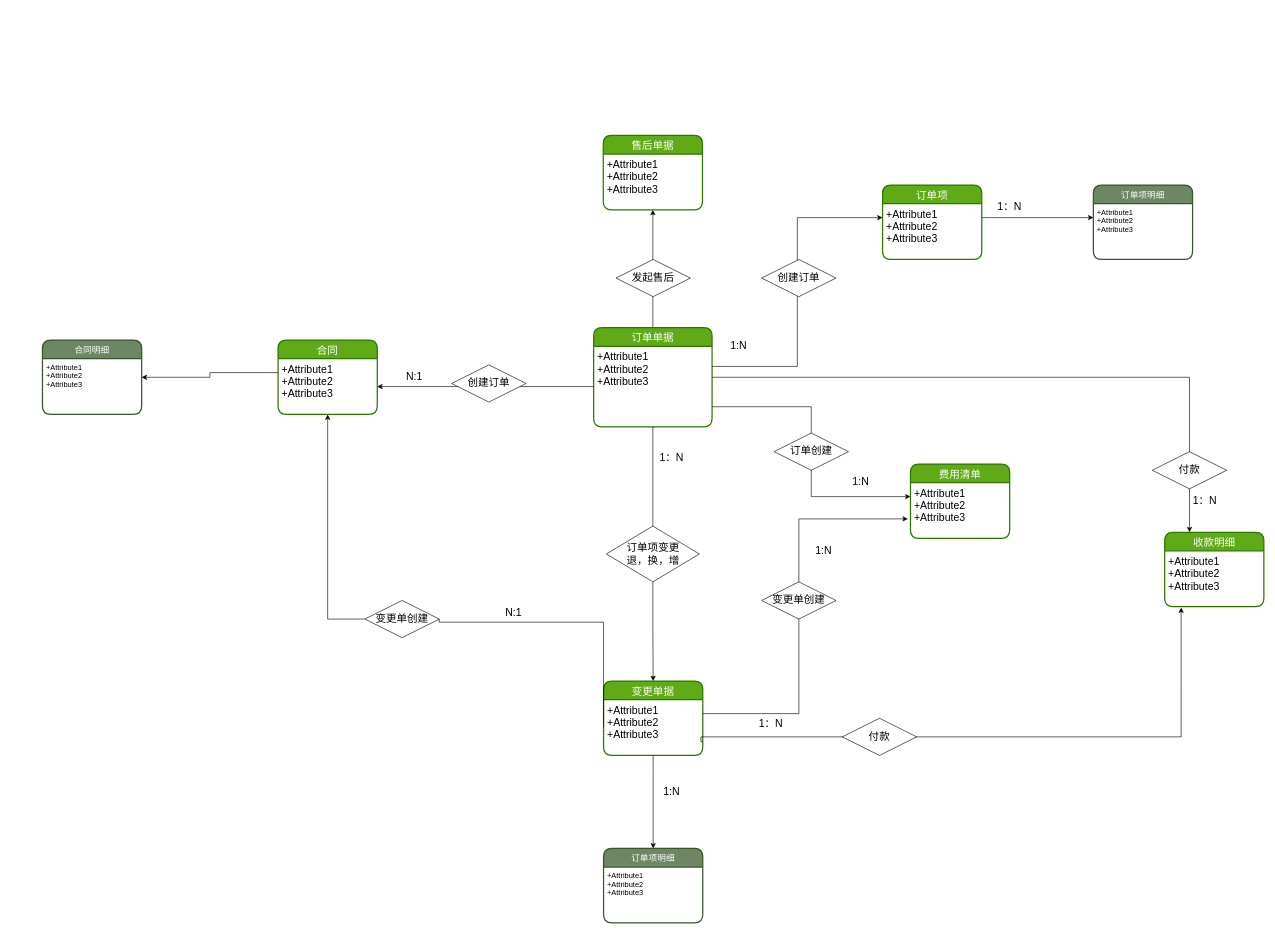
Earlier version of the draw.io diagram 平台2.0/艾佳2.0订单领域实体设计.drawio (Msimplehub/abbysun). Source tidied: cells renumbered, new cells numbered last; positions are measured from the earlier drawing's top-left corner, leaving out a move shared by most shapes. Both pictures are drawn from the tidied source at 62%, with x=0, y=0 at pixel (42, 135).
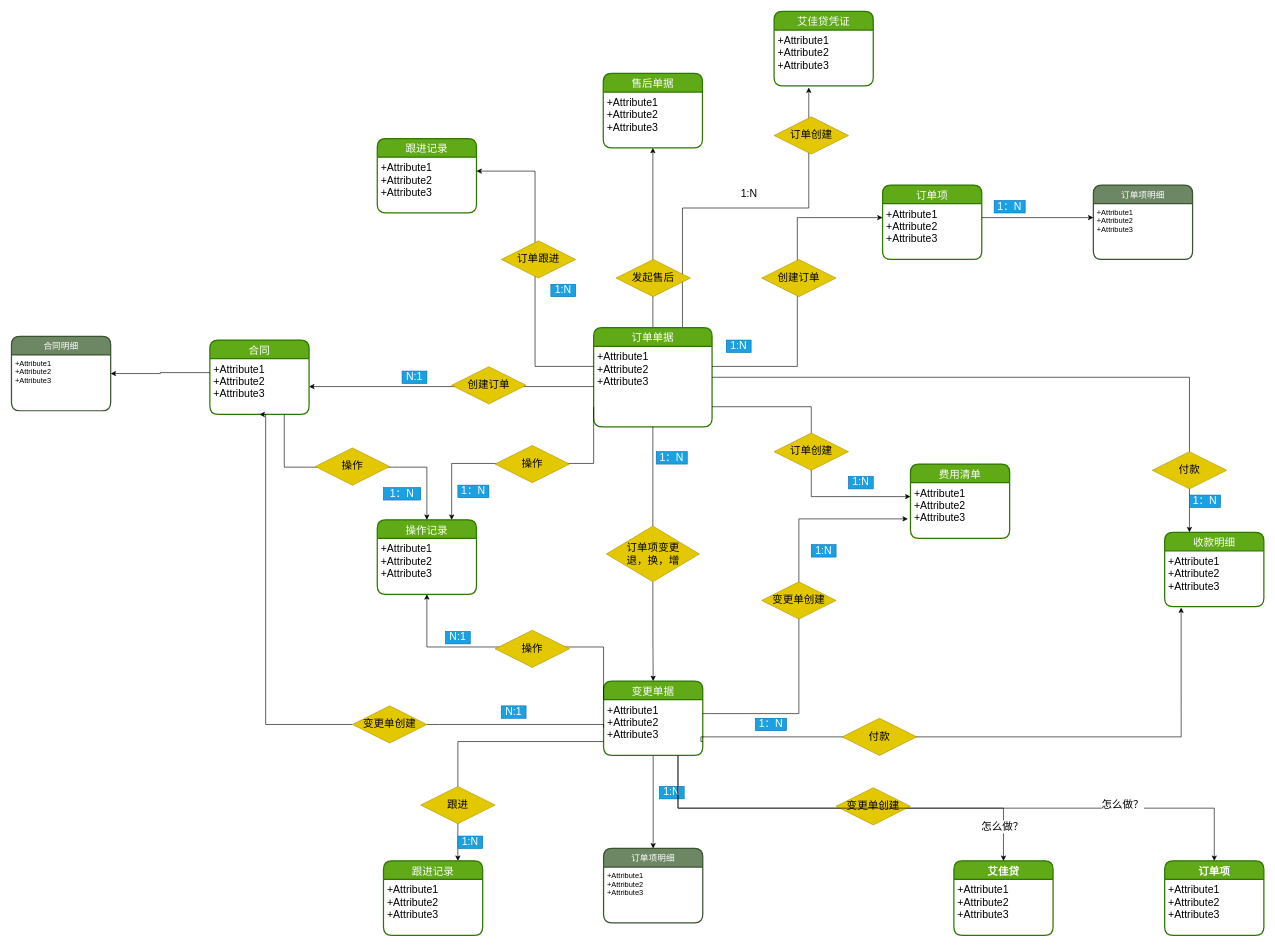
The same page after the edit.

Commit message (it also covers changes not shown here):
更新艾佳2.0订单领域实体设计.drawio

The change refers to these unchanged cells:
```xml
<mxCell id="3" value="订单单据" style="swimlane;horizontal=1;startSize=30;rounded=1;fontSize=17;fontStyle=0;strokeWidth=2;shadow=0;dashed=0;align=center;fillColor=#60a917;strokeColor=#2D7600;fontColor=#ffffff;" parent="1" vertex="1">
  <mxGeometry x="889" y="310" width="191" height="160" as="geometry" />
</mxCell>
<mxCell id="4" value="+Attribute1&#10;+Attribute2&#10;+Attribute3" style="align=left;strokeColor=none;fillColor=none;spacingLeft=4;fontSize=17;verticalAlign=top;" parent="3" vertex="1">
  <mxGeometry y="30" width="191" height="130" as="geometry" />
</mxCell>
<mxCell id="8" value="+Attribute1&#10;+Attribute2&#10;+Attribute3" style="align=left;strokeColor=none;fillColor=none;spacingLeft=4;fontSize=17;verticalAlign=top;" parent="7" vertex="1">
  <mxGeometry y="30" width="160" height="90" as="geometry" />
</mxCell>
<mxCell id="10" value="+Attribute1&#10;+Attribute2&#10;+Attribute3" style="align=left;strokeColor=none;fillColor=none;spacingLeft=4;fontSize=17;verticalAlign=top;" parent="9" vertex="1">
  <mxGeometry y="30" width="160" height="90" as="geometry" />
</mxCell>
```

The edit, as a diff of the source:
```diff
@@
+    <mxCell id="55" style="edgeStyle=elbowEdgeStyle;rounded=0;jettySize=auto;elbow=vertical;html=1;exitX=0.75;exitY=0;exitDx=0;exitDy=0;entryX=0.35;entryY=1.029;entryDx=0;entryDy=0;entryPerimeter=0;fontSize=17;" parent="1" edge="1" source="3" target="76">
+      <mxGeometry relative="1" as="geometry">
+        <Array as="points">
+          <mxPoint x="1130" y="117" />
+        </Array>
+      </mxGeometry>
+    </mxCell>
@@
     <mxCell id="7" value="合同" style="swimlane;horizontal=1;startSize=30;rounded=1;fontSize=17;fontStyle=0;strokeWidth=2;shadow=0;dashed=0;align=center;fillColor=#60a917;strokeColor=#2D7600;fontColor=#ffffff;" parent="1" vertex="1">
-      <mxGeometry x="380" y="330" width="160" height="120" as="geometry" />
+      <mxGeometry x="270" y="330" width="160" height="120" as="geometry" />
     </mxCell>
@@
-    <mxCell id="12" value="1:N" style="text;html=1;strokeColor=none;fillColor=none;align=center;verticalAlign=middle;whiteSpace=wrap;rounded=0;fontSize=17;" parent="1" vertex="1">
+    <mxCell id="12" value="1:N" style="text;html=1;strokeColor=#006EAF;fillColor=#1ba1e2;align=center;verticalAlign=middle;whiteSpace=wrap;rounded=0;fontSize=17;fontColor=#ffffff;" parent="1" vertex="1">
       <mxGeometry x="1103" y="330" width="40" height="20" as="geometry" />
     </mxCell>
@@
-    <mxCell id="14" value="1：N" style="text;html=1;strokeColor=none;fillColor=none;align=center;verticalAlign=middle;whiteSpace=wrap;rounded=0;fontSize=17;" parent="1" vertex="1">
+    <mxCell id="14" value="1：N" style="text;html=1;strokeColor=#006EAF;fillColor=#1ba1e2;align=center;verticalAlign=middle;whiteSpace=wrap;rounded=0;fontSize=17;fontColor=#ffffff;" parent="1" vertex="1">
       <mxGeometry x="990" y="510" width="50" height="20" as="geometry" />
     </mxCell>
@@
     <mxCell id="16" value="售后单据" style="swimlane;horizontal=1;startSize=30;rounded=1;fontSize=17;fontStyle=0;strokeWidth=2;shadow=0;dashed=0;align=center;fillColor=#60a917;strokeColor=#2D7600;fontColor=#ffffff;" parent="1" vertex="1">
-      <mxGeometry x="904.5" width="160" height="120" as="geometry" />
+      <mxGeometry x="904.5" y="-100" width="160" height="120" as="geometry" />
     </mxCell>
@@
-    <mxCell id="18" value="发起售后" style="shape=rhombus;perimeter=rhombusPerimeter;whiteSpace=wrap;html=1;align=center;fontSize=17;" parent="1" vertex="1">
+    <mxCell id="18" value="发起售后" style="shape=rhombus;perimeter=rhombusPerimeter;whiteSpace=wrap;html=1;align=center;fontSize=17;fillColor=#e3c800;strokeColor=#B09500;fontColor=#000000;" parent="1" vertex="1">
       <mxGeometry x="925" y="200" width="120" height="60" as="geometry" />
     </mxCell>
-    <mxCell id="19" value="创建订单" style="shape=rhombus;perimeter=rhombusPerimeter;whiteSpace=wrap;html=1;align=center;fontSize=17;" parent="1" vertex="1">
+    <mxCell id="19" value="创建订单" style="shape=rhombus;perimeter=rhombusPerimeter;whiteSpace=wrap;html=1;align=center;fontSize=17;fillColor=#e3c800;strokeColor=#B09500;fontColor=#000000;" parent="1" vertex="1">
       <mxGeometry x="1160" y="200" width="120" height="60" as="geometry" />
     </mxCell>
-    <mxCell id="20" value="订单项变更&lt;br&gt;退，换，增" style="shape=rhombus;perimeter=rhombusPerimeter;whiteSpace=wrap;html=1;align=center;fontSize=17;" parent="1" vertex="1">
+    <mxCell id="20" value="订单项变更&lt;br&gt;退，换，增" style="shape=rhombus;perimeter=rhombusPerimeter;whiteSpace=wrap;html=1;align=center;fontSize=17;fillColor=#e3c800;strokeColor=#B09500;fontColor=#000000;" parent="1" vertex="1">
       <mxGeometry x="909.5" y="630" width="150" height="90" as="geometry" />
     </mxCell>
@@
-    <mxCell id="22" value="创建订单" style="shape=rhombus;perimeter=rhombusPerimeter;whiteSpace=wrap;html=1;align=center;fontSize=17;" parent="1" vertex="1">
-      <mxGeometry x="660" y="370" width="120" height="60" as="geometry" />
+    <mxCell id="22" value="创建订单" style="shape=rhombus;perimeter=rhombusPerimeter;whiteSpace=wrap;html=1;align=center;fontSize=17;fillColor=#e3c800;strokeColor=#B09500;fontColor=#000000;" parent="1" vertex="1">
+      <mxGeometry x="660" y="373" width="120" height="60" as="geometry" />
     </mxCell>
     <mxCell id="23" style="edgeStyle=orthogonalEdgeStyle;rounded=0;jettySize=auto;html=1;exitX=0;exitY=0.5;exitDx=0;exitDy=0;entryX=0.5;entryY=1;entryDx=0;entryDy=0;fontSize=17;startArrow=none;" parent="1" edge="1" source="24" target="8">
-      <mxGeometry relative="1" as="geometry" />
+      <mxGeometry relative="1" as="geometry">
+        <Array as="points">
+          <mxPoint x="360" y="950" />
+        </Array>
+      </mxGeometry>
     </mxCell>
-    <mxCell id="24" value="变更单创建" style="shape=rhombus;perimeter=rhombusPerimeter;whiteSpace=wrap;html=1;align=center;fontSize=17;" parent="1" vertex="1">
-      <mxGeometry x="520" y="750" width="120" height="60" as="geometry" />
+    <mxCell id="24" value="变更单创建" style="shape=rhombus;perimeter=rhombusPerimeter;whiteSpace=wrap;html=1;align=center;fontSize=17;fillColor=#e3c800;strokeColor=#B09500;fontColor=#000000;" parent="1" vertex="1">
+      <mxGeometry x="500" y="920" width="120" height="60" as="geometry" />
     </mxCell>
     <mxCell id="25" style="edgeStyle=orthogonalEdgeStyle;rounded=0;jettySize=auto;html=1;exitX=0;exitY=0.5;exitDx=0;exitDy=0;entryX=1;entryY=0.5;entryDx=0;entryDy=0;fontSize=17;endArrow=none;" parent="1" edge="1" source="10" target="24">
       <mxGeometry relative="1" as="geometry">
         <Array as="points">
-          <mxPoint x="640" y="785" />
+          <mxPoint x="905" y="950" />
+          <mxPoint x="640" y="950" />
         </Array>
       </mxGeometry>
     </mxCell>
-    <mxCell id="26" value="N:1" style="text;html=1;strokeColor=none;fillColor=none;align=center;verticalAlign=middle;whiteSpace=wrap;rounded=0;fontSize=17;" parent="1" vertex="1">
-      <mxGeometry x="740" y="760" width="40" height="20" as="geometry" />
+    <mxCell id="26" value="N:1" style="text;html=1;strokeColor=#006EAF;fillColor=#1ba1e2;align=center;verticalAlign=middle;whiteSpace=wrap;rounded=0;fontSize=17;fontColor=#ffffff;" parent="1" vertex="1">
+      <mxGeometry x="740" y="920" width="40" height="20" as="geometry" />
     </mxCell>
-    <mxCell id="27" value="N:1" style="text;html=1;strokeColor=none;fillColor=none;align=center;verticalAlign=middle;whiteSpace=wrap;rounded=0;fontSize=17;" parent="1" vertex="1">
+    <mxCell id="27" value="N:1" style="text;html=1;strokeColor=#006EAF;fillColor=#1ba1e2;align=center;verticalAlign=middle;whiteSpace=wrap;rounded=0;fontSize=17;fontColor=#ffffff;" parent="1" vertex="1">
       <mxGeometry x="580" y="380" width="40" height="20" as="geometry" />
     </mxCell>
@@
-    <mxCell id="33" value="1：N" style="text;html=1;strokeColor=none;fillColor=none;align=center;verticalAlign=middle;whiteSpace=wrap;rounded=0;fontSize=17;" parent="1" vertex="1">
+    <mxCell id="33" value="1：N" style="text;html=1;strokeColor=#006EAF;fillColor=#1ba1e2;align=center;verticalAlign=middle;whiteSpace=wrap;rounded=0;fontSize=17;fontColor=#ffffff;" parent="1" vertex="1">
       <mxGeometry x="1535" y="105" width="50" height="20" as="geometry" />
     </mxCell>
@@
-    <mxCell id="35" value="1:N" style="text;html=1;strokeColor=none;fillColor=none;align=center;verticalAlign=middle;whiteSpace=wrap;rounded=0;fontSize=17;" parent="1" vertex="1">
+    <mxCell id="35" value="1:N" style="text;html=1;strokeColor=#006EAF;fillColor=#1ba1e2;align=center;verticalAlign=middle;whiteSpace=wrap;rounded=0;fontSize=17;fontColor=#ffffff;" parent="1" vertex="1">
       <mxGeometry x="995" y="1050" width="40" height="20" as="geometry" />
     </mxCell>
     <mxCell id="36" value="合同明细" style="swimlane;horizontal=1;startSize=30;rounded=1;fontSize=14;fontStyle=0;strokeWidth=2;shadow=0;dashed=0;align=center;fillColor=#6d8764;strokeColor=#3A5431;fontColor=#ffffff;" parent="1" vertex="1">
-      <mxGeometry y="330" width="160" height="120" as="geometry" />
+      <mxGeometry x="-50" y="324" width="160" height="120" as="geometry" />
     </mxCell>
@@
-    <mxCell id="43" value="付款" style="shape=rhombus;perimeter=rhombusPerimeter;whiteSpace=wrap;html=1;align=center;fontSize=17;" parent="1" vertex="1">
+    <mxCell id="43" value="付款" style="shape=rhombus;perimeter=rhombusPerimeter;whiteSpace=wrap;html=1;align=center;fontSize=17;fillColor=#e3c800;strokeColor=#B09500;fontColor=#000000;" parent="1" vertex="1">
       <mxGeometry x="1790" y="510" width="120" height="60" as="geometry" />
     </mxCell>
-    <mxCell id="44" value="付款" style="shape=rhombus;perimeter=rhombusPerimeter;whiteSpace=wrap;html=1;align=center;fontSize=17;" parent="1" vertex="1">
+    <mxCell id="44" value="付款" style="shape=rhombus;perimeter=rhombusPerimeter;whiteSpace=wrap;html=1;align=center;fontSize=17;fillColor=#e3c800;strokeColor=#B09500;fontColor=#000000;" parent="1" vertex="1">
       <mxGeometry x="1290" y="940" width="120" height="60" as="geometry" />
     </mxCell>
-    <mxCell id="45" value="1：N" style="text;html=1;strokeColor=none;fillColor=none;align=center;verticalAlign=middle;whiteSpace=wrap;rounded=0;fontSize=17;" parent="1" vertex="1">
+    <mxCell id="45" value="1：N" style="text;html=1;strokeColor=#006EAF;fillColor=#1ba1e2;align=center;verticalAlign=middle;whiteSpace=wrap;rounded=0;fontSize=17;fontColor=#ffffff;" parent="1" vertex="1">
       <mxGeometry x="1850" y="580" width="50" height="20" as="geometry" />
     </mxCell>
-    <mxCell id="46" value="1：N" style="text;html=1;strokeColor=none;fillColor=none;align=center;verticalAlign=middle;whiteSpace=wrap;rounded=0;fontSize=17;" parent="1" vertex="1">
+    <mxCell id="46" value="1：N" style="text;html=1;strokeColor=#006EAF;fillColor=#1ba1e2;align=center;verticalAlign=middle;whiteSpace=wrap;rounded=0;fontSize=17;fontColor=#ffffff;" parent="1" vertex="1">
       <mxGeometry x="1150" y="940" width="50" height="20" as="geometry" />
     </mxCell>
@@
-    <mxCell id="51" value="变更单创建" style="shape=rhombus;perimeter=rhombusPerimeter;whiteSpace=wrap;html=1;align=center;fontSize=17;" parent="1" vertex="1">
+    <mxCell id="51" value="变更单创建" style="shape=rhombus;perimeter=rhombusPerimeter;whiteSpace=wrap;html=1;align=center;fontSize=17;fillColor=#e3c800;strokeColor=#B09500;fontColor=#000000;" parent="1" vertex="1">
       <mxGeometry x="1160" y="720" width="120" height="60" as="geometry" />
     </mxCell>
-    <mxCell id="52" value="订单创建" style="shape=rhombus;perimeter=rhombusPerimeter;whiteSpace=wrap;html=1;align=center;fontSize=17;" parent="1" vertex="1">
+    <mxCell id="52" value="订单创建" style="shape=rhombus;perimeter=rhombusPerimeter;whiteSpace=wrap;html=1;align=center;fontSize=17;fillColor=#e3c800;strokeColor=#B09500;fontColor=#000000;" parent="1" vertex="1">
       <mxGeometry x="1180" y="480" width="120" height="60" as="geometry" />
     </mxCell>
-    <mxCell id="53" value="1:N" style="text;html=1;strokeColor=none;fillColor=none;align=center;verticalAlign=middle;whiteSpace=wrap;rounded=0;fontSize=17;" parent="1" vertex="1">
+    <mxCell id="53" value="1:N" style="text;html=1;strokeColor=#006EAF;fillColor=#1ba1e2;align=center;verticalAlign=middle;whiteSpace=wrap;rounded=0;fontSize=17;fontColor=#ffffff;" parent="1" vertex="1">
       <mxGeometry x="1300" y="550" width="40" height="20" as="geometry" />
     </mxCell>
-    <mxCell id="54" value="1:N" style="text;html=1;strokeColor=none;fillColor=none;align=center;verticalAlign=middle;whiteSpace=wrap;rounded=0;fontSize=17;" parent="1" vertex="1">
+    <mxCell id="54" value="1:N" style="text;html=1;strokeColor=#006EAF;fillColor=#1ba1e2;align=center;verticalAlign=middle;whiteSpace=wrap;rounded=0;fontSize=17;fontColor=#ffffff;" parent="1" vertex="1">
       <mxGeometry x="1240" y="660" width="40" height="20" as="geometry" />
     </mxCell>
+    <mxCell id="56" value="跟进记录" style="swimlane;horizontal=1;startSize=30;rounded=1;fontSize=17;fontStyle=0;strokeWidth=2;shadow=0;dashed=0;align=center;fillColor=#60a917;strokeColor=#2D7600;fontColor=#ffffff;" parent="1" vertex="1">
+      <mxGeometry x="540" y="5" width="160" height="120" as="geometry" />
+    </mxCell>
+    <mxCell id="57" value="+Attribute1&#10;+Attribute2&#10;+Attribute3" style="align=left;strokeColor=none;fillColor=none;spacingLeft=4;fontSize=17;verticalAlign=top;" parent="56" vertex="1">
+      <mxGeometry y="30" width="160" height="90" as="geometry" />
+    </mxCell>
+    <mxCell id="58" style="edgeStyle=orthogonalEdgeStyle;rounded=0;jettySize=auto;html=1;exitX=0;exitY=0.25;exitDx=0;exitDy=0;entryX=1;entryY=0.25;entryDx=0;entryDy=0;fontSize=17;" parent="1" edge="1" source="4" target="57">
+      <mxGeometry relative="1" as="geometry" />
+    </mxCell>
+    <mxCell id="59" value="1:N" style="text;html=1;strokeColor=#006EAF;fillColor=#1ba1e2;align=center;verticalAlign=middle;whiteSpace=wrap;rounded=0;fontSize=17;fontColor=#ffffff;" parent="1" vertex="1">
+      <mxGeometry x="820" y="240" width="40" height="20" as="geometry" />
+    </mxCell>
+    <mxCell id="60" value="订单跟进" style="shape=rhombus;perimeter=rhombusPerimeter;whiteSpace=wrap;html=1;align=center;fontSize=17;fillColor=#e3c800;strokeColor=#B09500;fontColor=#000000;" parent="1" vertex="1">
+      <mxGeometry x="740" y="170" width="120" height="60" as="geometry" />
+    </mxCell>
+    <mxCell id="61" style="edgeStyle=orthogonalEdgeStyle;rounded=0;jettySize=auto;html=1;exitX=0;exitY=0.75;exitDx=0;exitDy=0;entryX=0.75;entryY=0;entryDx=0;entryDy=0;fontSize=17;" parent="1" edge="1" source="10" target="84">
+      <mxGeometry relative="1" as="geometry" />
+    </mxCell>
+    <mxCell id="62" value="跟进" style="shape=rhombus;perimeter=rhombusPerimeter;whiteSpace=wrap;html=1;align=center;fontSize=17;fillColor=#e3c800;strokeColor=#B09500;fontColor=#000000;" parent="1" vertex="1">
+      <mxGeometry x="610" y="1050" width="120" height="60" as="geometry" />
+    </mxCell>
+    <mxCell id="63" value="1:N" style="text;html=1;strokeColor=#006EAF;fillColor=#1ba1e2;align=center;verticalAlign=middle;whiteSpace=wrap;rounded=0;fontSize=17;fontColor=#ffffff;" parent="1" vertex="1">
+      <mxGeometry x="670" y="1130" width="40" height="20" as="geometry" />
+    </mxCell>
+    <mxCell id="64" value="操作记录" style="swimlane;horizontal=1;startSize=30;rounded=1;fontSize=17;fontStyle=0;strokeWidth=2;shadow=0;dashed=0;align=center;fillColor=#60a917;strokeColor=#2D7600;fontColor=#ffffff;" parent="1" vertex="1">
+      <mxGeometry x="540" y="620" width="160" height="120" as="geometry" />
+    </mxCell>
+    <mxCell id="65" value="+Attribute1&#10;+Attribute2&#10;+Attribute3" style="align=left;strokeColor=none;fillColor=none;spacingLeft=4;fontSize=17;verticalAlign=top;" parent="64" vertex="1">
+      <mxGeometry y="30" width="160" height="90" as="geometry" />
+    </mxCell>
+    <mxCell id="66" style="edgeStyle=elbowEdgeStyle;rounded=0;jettySize=auto;elbow=vertical;html=1;exitX=0;exitY=0.75;exitDx=0;exitDy=0;entryX=0.75;entryY=0;entryDx=0;entryDy=0;fontSize=17;" parent="1" edge="1" source="4" target="64">
+      <mxGeometry relative="1" as="geometry" />
+    </mxCell>
+    <mxCell id="67" style="edgeStyle=elbowEdgeStyle;rounded=0;jettySize=auto;elbow=vertical;html=1;exitX=0.75;exitY=1;exitDx=0;exitDy=0;fontSize=17;" parent="1" edge="1" source="8" target="64">
+      <mxGeometry relative="1" as="geometry" />
+    </mxCell>
+    <mxCell id="68" style="edgeStyle=elbowEdgeStyle;rounded=0;jettySize=auto;elbow=vertical;html=1;exitX=0;exitY=0;exitDx=0;exitDy=0;entryX=0.5;entryY=1;entryDx=0;entryDy=0;fontSize=17;" parent="1" edge="1" source="10" target="65">
+      <mxGeometry relative="1" as="geometry" />
+    </mxCell>
+    <mxCell id="69" value="操作" style="shape=rhombus;perimeter=rhombusPerimeter;whiteSpace=wrap;html=1;align=center;fontSize=17;fillColor=#e3c800;strokeColor=#B09500;fontColor=#000000;" parent="1" vertex="1">
+      <mxGeometry x="730" y="798" width="120" height="60" as="geometry" />
+    </mxCell>
+    <mxCell id="70" value="操作" style="shape=rhombus;perimeter=rhombusPerimeter;whiteSpace=wrap;html=1;align=center;fontSize=17;fillColor=#e3c800;strokeColor=#B09500;fontColor=#000000;" parent="1" vertex="1">
+      <mxGeometry x="730" y="500" width="120" height="60" as="geometry" />
+    </mxCell>
+    <mxCell id="71" value="操作" style="shape=rhombus;perimeter=rhombusPerimeter;whiteSpace=wrap;html=1;align=center;fontSize=17;fillColor=#e3c800;strokeColor=#B09500;fontColor=#000000;" parent="1" vertex="1">
+      <mxGeometry x="440" y="504" width="120" height="60" as="geometry" />
+    </mxCell>
+    <mxCell id="72" value="N:1" style="text;html=1;strokeColor=#006EAF;fillColor=#1ba1e2;align=center;verticalAlign=middle;whiteSpace=wrap;rounded=0;fontSize=17;fontColor=#ffffff;" parent="1" vertex="1">
+      <mxGeometry x="650" y="800" width="40" height="20" as="geometry" />
+    </mxCell>
+    <mxCell id="73" value="1：N" style="text;html=1;strokeColor=#006EAF;fillColor=#1ba1e2;align=center;verticalAlign=middle;whiteSpace=wrap;rounded=0;fontSize=17;fontColor=#ffffff;" parent="1" vertex="1">
+      <mxGeometry x="670" y="564" width="50" height="20" as="geometry" />
+    </mxCell>
+    <mxCell id="74" value="1：N" style="text;html=1;strokeColor=#006EAF;fillColor=#1ba1e2;align=center;verticalAlign=middle;whiteSpace=wrap;rounded=0;fontSize=17;fontColor=#ffffff;" parent="1" vertex="1">
+      <mxGeometry x="550" y="568" width="60" height="20" as="geometry" />
+    </mxCell>
+    <mxCell id="75" value="艾佳贷凭证" style="swimlane;horizontal=1;startSize=30;rounded=1;fontSize=17;fontStyle=0;strokeWidth=2;shadow=0;dashed=0;align=center;fillColor=#60a917;strokeColor=#2D7600;fontColor=#ffffff;" parent="1" vertex="1">
+      <mxGeometry x="1180" y="-200" width="160" height="120" as="geometry" />
+    </mxCell>
+    <mxCell id="76" value="+Attribute1&#10;+Attribute2&#10;+Attribute3" style="align=left;strokeColor=none;fillColor=none;spacingLeft=4;fontSize=17;verticalAlign=top;" parent="75" vertex="1">
+      <mxGeometry y="30" width="160" height="90" as="geometry" />
+    </mxCell>
+    <mxCell id="77" value="订单创建" style="shape=rhombus;perimeter=rhombusPerimeter;whiteSpace=wrap;html=1;align=center;fontSize=17;fillColor=#e3c800;strokeColor=#B09500;fontColor=#000000;" parent="1" vertex="1">
+      <mxGeometry x="1180" y="-30" width="120" height="60" as="geometry" />
+    </mxCell>
+    <mxCell id="78" value="1:N" style="text;html=1;strokeColor=none;fillColor=none;align=center;verticalAlign=middle;whiteSpace=wrap;rounded=0;fontSize=17;" parent="1" vertex="1">
+      <mxGeometry x="1120" y="85" width="40" height="20" as="geometry" />
+    </mxCell>
+    <mxCell id="79" value="艾佳贷" style="swimlane;horizontal=1;startSize=30;rounded=1;fontSize=17;fontStyle=1;strokeWidth=2;shadow=0;dashed=0;align=center;fillColor=#60a917;strokeColor=#2D7600;fontColor=#ffffff;" parent="1" vertex="1">
+      <mxGeometry x="1470" y="1170" width="160" height="120" as="geometry" />
+    </mxCell>
+    <mxCell id="80" value="+Attribute1&#10;+Attribute2&#10;+Attribute3" style="align=left;strokeColor=none;fillColor=none;spacingLeft=4;fontSize=17;verticalAlign=top;" parent="79" vertex="1">
+      <mxGeometry y="30" width="160" height="90" as="geometry" />
+    </mxCell>
+    <mxCell id="81" style="edgeStyle=elbowEdgeStyle;rounded=0;jettySize=auto;elbow=vertical;html=1;exitX=0.75;exitY=1;exitDx=0;exitDy=0;fontSize=17;" parent="1" edge="1" source="10" target="79">
+      <mxGeometry relative="1" as="geometry" />
+    </mxCell>
+    <mxCell id="82" value="怎么做？" style="edgeLabel;html=1;align=center;verticalAlign=middle;fontSize=17;" parent="81" vertex="1">
+      <mxGeometry x="0.84" y="-3" relative="1" as="geometry" />
+    </mxCell>
+    <mxCell id="83" value="变更单创建" style="shape=rhombus;perimeter=rhombusPerimeter;whiteSpace=wrap;html=1;align=center;fontSize=17;fillColor=#e3c800;strokeColor=#B09500;fontColor=#000000;" parent="1" vertex="1">
+      <mxGeometry x="1280" y="1052" width="120" height="60" as="geometry" />
+    </mxCell>
+    <mxCell id="84" value="跟进记录" style="swimlane;horizontal=1;startSize=30;rounded=1;fontSize=17;fontStyle=0;strokeWidth=2;shadow=0;dashed=0;align=center;fillColor=#60a917;strokeColor=#2D7600;fontColor=#ffffff;" parent="1" vertex="1">
+      <mxGeometry x="550" y="1170" width="160" height="120" as="geometry" />
+    </mxCell>
+    <mxCell id="85" value="+Attribute1&#10;+Attribute2&#10;+Attribute3" style="align=left;strokeColor=none;fillColor=none;spacingLeft=4;fontSize=17;verticalAlign=top;" parent="84" vertex="1">
+      <mxGeometry y="30" width="160" height="90" as="geometry" />
+    </mxCell>
+    <mxCell id="86" value="订单项" style="swimlane;horizontal=1;startSize=30;rounded=1;fontSize=17;fontStyle=1;strokeWidth=2;shadow=0;dashed=0;align=center;fillColor=#60a917;strokeColor=#2D7600;fontColor=#ffffff;" parent="1" vertex="1">
+      <mxGeometry x="1810" y="1170" width="160" height="120" as="geometry" />
+    </mxCell>
+    <mxCell id="87" value="+Attribute1&#10;+Attribute2&#10;+Attribute3" style="align=left;strokeColor=none;fillColor=none;spacingLeft=4;fontSize=17;verticalAlign=top;" parent="86" vertex="1">
+      <mxGeometry y="30" width="160" height="90" as="geometry" />
+    </mxCell>
+    <mxCell id="88" style="edgeStyle=elbowEdgeStyle;rounded=0;jettySize=auto;elbow=vertical;html=1;exitX=0.75;exitY=1;exitDx=0;exitDy=0;fontSize=17;" parent="1" edge="1" source="10" target="86">
+      <mxGeometry relative="1" as="geometry" />
+    </mxCell>
+    <mxCell id="89" value="怎么做？" style="edgeLabel;html=1;align=center;verticalAlign=middle;fontSize=17;" parent="88" vertex="1">
+      <mxGeometry x="0.55" y="5" relative="1" as="geometry">
+        <mxPoint x="-1" as="offset" />
+      </mxGeometry>
+    </mxCell>
```
